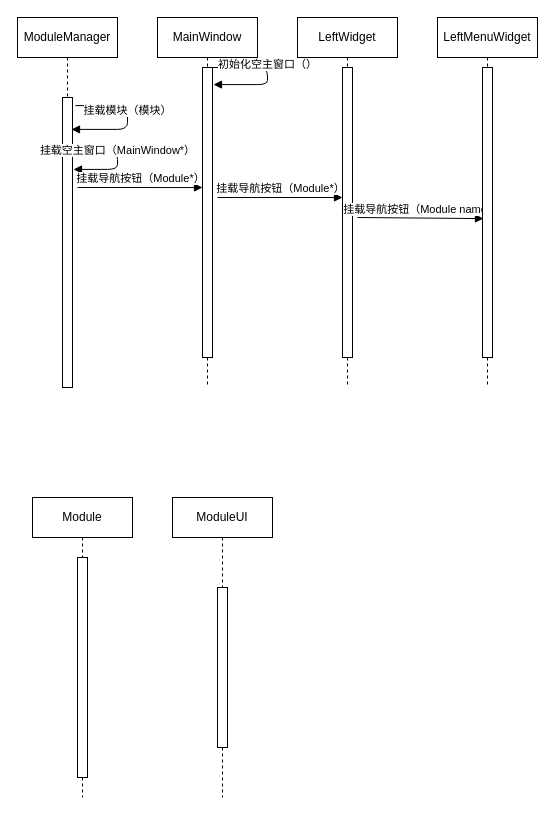
Above: 挂载模块时序图.drawio in chenminchn/UML (draw.io), before the change. Source tidied: cells renumbered, new cells numbered last; positions are measured from the earlier drawing's top-left corner, leaving out a move shared by most shapes. Both pictures are drawn from the tidied source at 100%, with x=0, y=0 at pixel (17, 17).
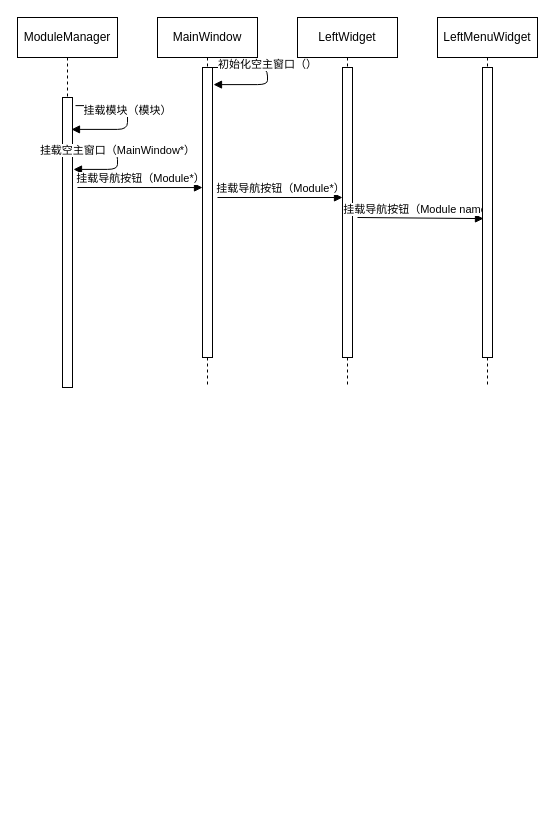
The same diagram, later.

Commit message:
Update 挂载模块时序图.drawio

What changed in the source:
```diff
@@
-    <mxCell id="16" value="Module" style="shape=umlLifeline;perimeter=lifelinePerimeter;whiteSpace=wrap;html=1;" parent="1" vertex="1">
-      <mxGeometry x="15" y="480" width="100" height="300" as="geometry" />
-    </mxCell>
-    <mxCell id="17" style="html=1;perimeter=orthogonalPerimeter;" parent="16" vertex="1">
-      <mxGeometry x="45" y="60" width="10" height="220" as="geometry" />
-    </mxCell>
-    <mxCell id="18" value="ModuleUI" style="shape=umlLifeline;perimeter=lifelinePerimeter;whiteSpace=wrap;html=1;" parent="1" vertex="1">
-      <mxGeometry x="155" y="480" width="100" height="300" as="geometry" />
-    </mxCell>
-    <mxCell id="19" style="html=1;perimeter=orthogonalPerimeter;" parent="18" vertex="1">
-      <mxGeometry x="45" y="90" width="10" height="160" as="geometry" />
-    </mxCell>
```
